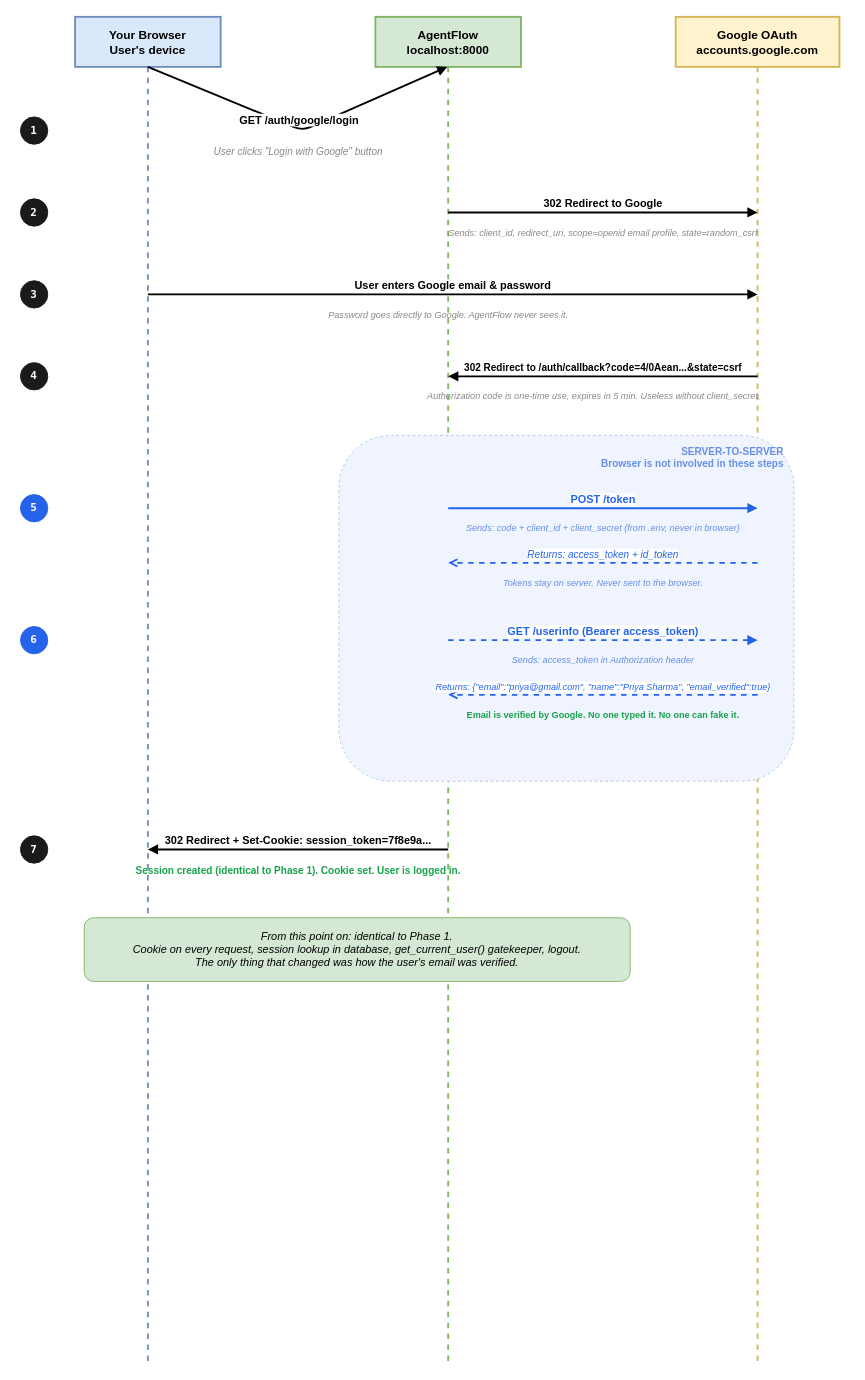
This is diagrams/06-google-oauth-sequence.drawio from fnusatvik07/sso-authbasics, a draw.io file, before an edit. Source tidied: cells renumbered, new cells numbered last; positions are measured from the earlier drawing's top-left corner, leaving out a move shared by most shapes. Both pictures are drawn from the tidied source at 91%, with x=0, y=0 at pixel (20, 16).
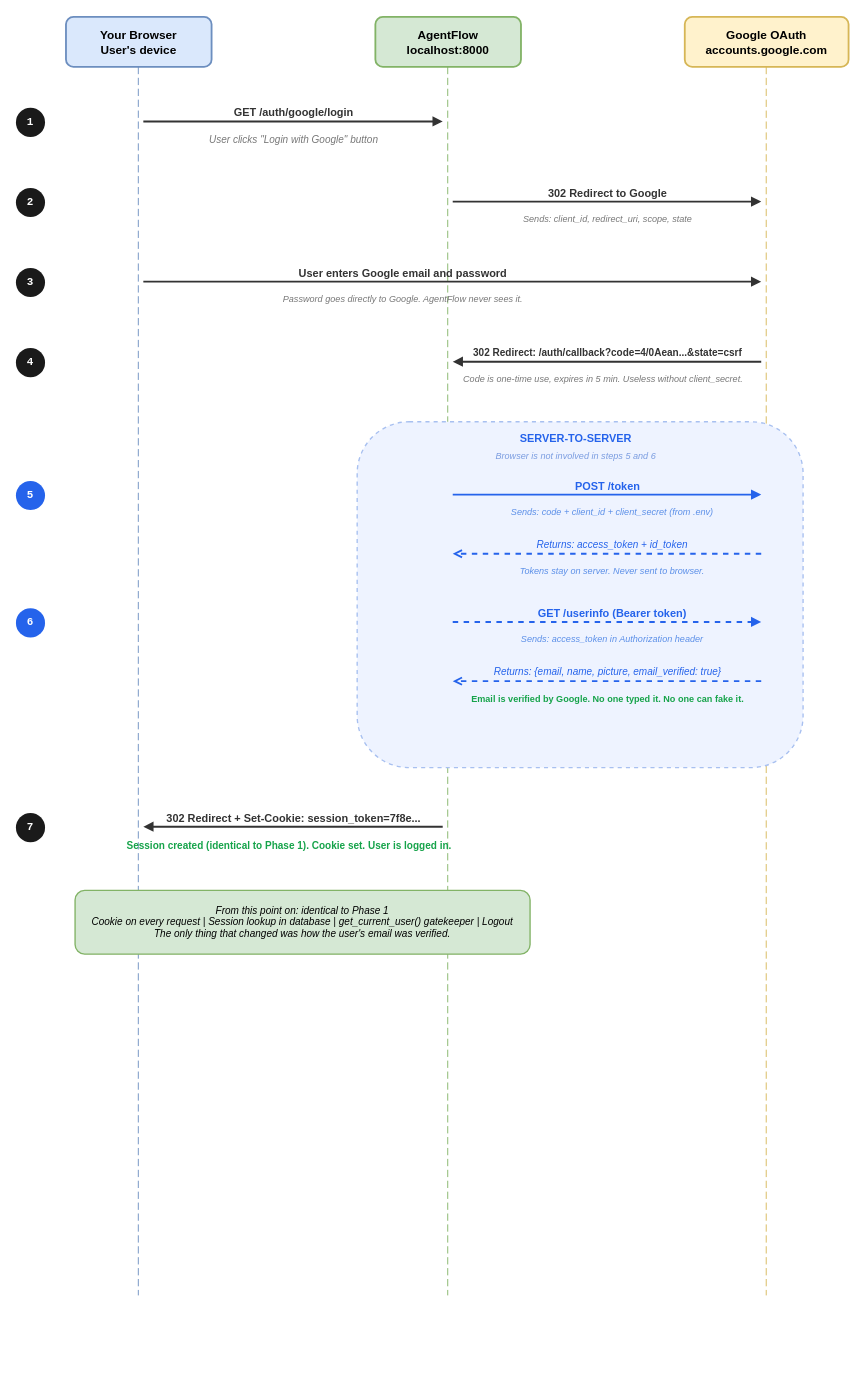
After the change.

Commit message (it also covers changes not shown here):
Rebuild OAuth sequence diagram with manual lifelines, fix numbering

The edit, as a diff of the source:
```diff
@@
-    <mxCell id="2" value="Your Browser&#10;User's device" style="shape=umlLifeline;perimeter=lifelinePerimeter;whiteSpace=wrap;html=1;outlineConnect=0;portConstraint=eastwest;fillColor=#dae8fc;strokeColor=#6c8ebf;fontSize=13;fontStyle=1;size=55;strokeWidth=2;" parent="1" vertex="1">
-      <mxGeometry x="60" width="160" height="1480" as="geometry" />
+    <mxCell id="2" value="Your Browser&#10;User's device" style="rounded=1;whiteSpace=wrap;html=1;fillColor=#dae8fc;strokeColor=#6c8ebf;fontSize=13;fontStyle=1;strokeWidth=2;" parent="1" vertex="1">
+      <mxGeometry x="50" width="160" height="55" as="geometry" />
     </mxCell>
-    <mxCell id="3" value="AgentFlow&#10;localhost:8000" style="shape=umlLifeline;perimeter=lifelinePerimeter;whiteSpace=wrap;html=1;outlineConnect=0;portConstraint=eastwest;fillColor=#d5e8d4;strokeColor=#82b366;fontSize=13;fontStyle=1;size=55;strokeWidth=2;" parent="1" vertex="1">
-      <mxGeometry x="390" width="160" height="1480" as="geometry" />
+    <mxCell id="3" value="AgentFlow&#10;localhost:8000" style="rounded=1;whiteSpace=wrap;html=1;fillColor=#d5e8d4;strokeColor=#82b366;fontSize=13;fontStyle=1;strokeWidth=2;" parent="1" vertex="1">
+      <mxGeometry x="390" width="160" height="55" as="geometry" />
     </mxCell>
-    <mxCell id="4" value="Google OAuth&#10;accounts.google.com" style="shape=umlLifeline;perimeter=lifelinePerimeter;whiteSpace=wrap;html=1;fillColor=#fff2cc;strokeColor=#d6b656;fontSize=13;fontStyle=1;size=55;strokeWidth=2;" parent="1" vertex="1">
-      <mxGeometry x="720" width="180" height="1480" as="geometry" />
+    <mxCell id="4" value="Google OAuth&#10;accounts.google.com" style="rounded=1;whiteSpace=wrap;html=1;fillColor=#fff2cc;strokeColor=#d6b656;fontSize=13;fontStyle=1;strokeWidth=2;" parent="1" vertex="1">
+      <mxGeometry x="730" width="180" height="55" as="geometry" />
     </mxCell>
+    <mxCell id="33" style="line;strokeWidth=1;strokeColor=#6c8ebf;dashed=1;dashPattern=8 4;direction=south;" parent="1" vertex="1">
+      <mxGeometry x="129" y="55" width="1" height="1350" as="geometry" />
+    </mxCell>
+    <mxCell id="34" style="line;strokeWidth=1;strokeColor=#82b366;dashed=1;dashPattern=8 4;direction=south;" parent="1" vertex="1">
+      <mxGeometry x="469" y="55" width="1" height="1350" as="geometry" />
+    </mxCell>
+    <mxCell id="35" style="line;strokeWidth=1;strokeColor=#d6b656;dashed=1;dashPattern=8 4;direction=south;" parent="1" vertex="1">
+      <mxGeometry x="819" y="55" width="1" height="1350" as="geometry" />
+    </mxCell>
-    <mxCell id="5" value="1" style="ellipse;whiteSpace=wrap;html=1;fillColor=#1a1a1a;strokeColor=#1a1a1a;fontColor=#ffffff;fontSize=12;fontStyle=1;fontFamily=monospace;" parent="1" vertex="1">
-      <mxGeometry y="110" width="30" height="30" as="geometry" />
+    <mxCell id="5" value="1" style="ellipse;whiteSpace=wrap;html=1;fillColor=#1a1a1a;strokeColor=none;fontColor=#ffffff;fontSize=12;fontStyle=1;fontFamily=Courier New;" parent="1" vertex="1">
+      <mxGeometry x="-5" y="100" width="32" height="32" as="geometry" />
     </mxCell>
-    <mxCell id="6" value="GET /auth/google/login" style="html=1;verticalAlign=bottom;endArrow=block;endFill=1;fontSize=12;fontStyle=1;strokeWidth=2;exitX=1;exitY=0;exitDx=0;exitDy=0;entryX=0;entryY=0;entryDx=0;entryDy=0;" parent="1" edge="1" source="2" target="3">
+    <mxCell id="6" style="endArrow=block;endFill=1;html=1;strokeWidth=2;strokeColor=#333333;" parent="1" edge="1">
       <mxGeometry relative="1" as="geometry">
-        <Array as="points">
-          <mxPoint x="310" y="125" />
-        </Array>
+        <mxPoint x="135" y="115" as="sourcePoint" />
+        <mxPoint x="464" y="115" as="targetPoint" />
       </mxGeometry>
     </mxCell>
+    <mxCell id="36" value="GET /auth/google/login" style="text;html=1;fontSize=12;fontStyle=1;fillColor=none;strokeColor=none;fontColor=#333333;align=center;" parent="1" vertex="1">
+      <mxGeometry x="165" y="92" width="270" height="20" as="geometry" />
+    </mxCell>
-    <mxCell id="7" value="User clicks &quot;Login with Google&quot; button" style="text;html=1;fontSize=11;fontStyle=2;fillColor=none;strokeColor=none;fontColor=#888888;align=center;" parent="1" vertex="1">
-      <mxGeometry x="140" y="135" width="330" height="20" as="geometry" />
+    <mxCell id="7" value="User clicks &quot;Login with Google&quot; button" style="text;html=1;fontSize=11;fontStyle=2;fillColor=none;strokeColor=none;fontColor=#777777;align=center;" parent="1" vertex="1">
+      <mxGeometry x="165" y="122" width="270" height="18" as="geometry" />
     </mxCell>
-    <mxCell id="8" value="2" style="ellipse;whiteSpace=wrap;html=1;fillColor=#1a1a1a;strokeColor=#1a1a1a;fontColor=#ffffff;fontSize=12;fontStyle=1;fontFamily=monospace;" parent="1" vertex="1">
-      <mxGeometry y="200" width="30" height="30" as="geometry" />
+    <mxCell id="8" value="2" style="ellipse;whiteSpace=wrap;html=1;fillColor=#1a1a1a;strokeColor=none;fontColor=#ffffff;fontSize=12;fontStyle=1;fontFamily=Courier New;" parent="1" vertex="1">
+      <mxGeometry x="-5" y="188" width="32" height="32" as="geometry" />
     </mxCell>
-    <mxCell id="9" value="302 Redirect to Google" style="html=1;verticalAlign=bottom;endArrow=block;endFill=1;fontSize=12;fontStyle=1;strokeWidth=2;" parent="1" edge="1">
+    <mxCell id="9" style="endArrow=block;endFill=1;html=1;strokeWidth=2;strokeColor=#333333;" parent="1" edge="1">
       <mxGeometry relative="1" as="geometry">
-        <mxPoint x="470" y="215" as="sourcePoint" />
-        <mxPoint x="810" y="215" as="targetPoint" />
+        <mxPoint x="475" y="203" as="sourcePoint" />
+        <mxPoint x="814" y="203" as="targetPoint" />
       </mxGeometry>
     </mxCell>
-    <mxCell id="10" value="Sends: client_id, redirect_uri, scope=openid email profile, state=random_csrf" style="text;html=1;fontSize=10;fontStyle=2;fillColor=none;strokeColor=none;fontColor=#888888;align=center;" parent="1" vertex="1">
-      <mxGeometry x="450" y="225" width="380" height="20" as="geometry" />
-    </mxCell>
+    <mxCell id="37" value="302 Redirect to Google" style="text;html=1;fontSize=12;fontStyle=1;fillColor=none;strokeColor=none;fontColor=#333333;align=center;" parent="1" vertex="1">
+      <mxGeometry x="505" y="180" width="280" height="20" as="geometry" />
+    </mxCell>
+    <mxCell id="38" value="Sends: client_id, redirect_uri, scope, state" style="text;html=1;fontSize=10;fontStyle=2;fillColor=none;strokeColor=none;fontColor=#777777;align=center;" parent="1" vertex="1">
+      <mxGeometry x="505" y="210" width="280" height="18" as="geometry" />
+    </mxCell>
-    <mxCell id="11" value="3" style="ellipse;whiteSpace=wrap;html=1;fillColor=#1a1a1a;strokeColor=#1a1a1a;fontColor=#ffffff;fontSize=12;fontStyle=1;fontFamily=monospace;" parent="1" vertex="1">
-      <mxGeometry y="290" width="30" height="30" as="geometry" />
+    <mxCell id="11" value="3" style="ellipse;whiteSpace=wrap;html=1;fillColor=#1a1a1a;strokeColor=none;fontColor=#ffffff;fontSize=12;fontStyle=1;fontFamily=Courier New;" parent="1" vertex="1">
+      <mxGeometry x="-5" y="276" width="32" height="32" as="geometry" />
     </mxCell>
-    <mxCell id="12" value="User enters Google email &amp; password" style="html=1;verticalAlign=bottom;endArrow=block;endFill=1;fontSize=12;fontStyle=1;strokeWidth=2;" parent="1" edge="1">
+    <mxCell id="12" style="endArrow=block;endFill=1;html=1;strokeWidth=2;strokeColor=#333333;" parent="1" edge="1">
       <mxGeometry relative="1" as="geometry">
-        <mxPoint x="140" y="305" as="sourcePoint" />
-        <mxPoint x="810" y="305" as="targetPoint" />
+        <mxPoint x="135" y="291" as="sourcePoint" />
+        <mxPoint x="814" y="291" as="targetPoint" />
       </mxGeometry>
     </mxCell>
+    <mxCell id="39" value="User enters Google email and password" style="text;html=1;fontSize=12;fontStyle=1;fillColor=none;strokeColor=none;fontColor=#333333;align=center;" parent="1" vertex="1">
+      <mxGeometry x="220" y="268" width="400" height="20" as="geometry" />
+    </mxCell>
-    <mxCell id="13" value="Password goes directly to Google. AgentFlow never sees it." style="text;html=1;fontSize=10;fontStyle=2;fillColor=none;strokeColor=none;fontColor=#888888;align=center;" parent="1" vertex="1">
-      <mxGeometry x="170" y="315" width="600" height="20" as="geometry" />
+    <mxCell id="13" value="Password goes directly to Google. AgentFlow never sees it." style="text;html=1;fontSize=10;fontStyle=2;fillColor=none;strokeColor=none;fontColor=#777777;align=center;" parent="1" vertex="1">
+      <mxGeometry x="220" y="298" width="400" height="18" as="geometry" />
     </mxCell>
-    <mxCell id="14" value="4" style="ellipse;whiteSpace=wrap;html=1;fillColor=#1a1a1a;strokeColor=#1a1a1a;fontColor=#ffffff;fontSize=12;fontStyle=1;fontFamily=monospace;" parent="1" vertex="1">
-      <mxGeometry y="380" width="30" height="30" as="geometry" />
+    <mxCell id="14" value="4" style="ellipse;whiteSpace=wrap;html=1;fillColor=#1a1a1a;strokeColor=none;fontColor=#ffffff;fontSize=12;fontStyle=1;fontFamily=Courier New;" parent="1" vertex="1">
+      <mxGeometry x="-5" y="364" width="32" height="32" as="geometry" />
     </mxCell>
-    <mxCell id="15" value="302 Redirect to /auth/callback?code=4/0Aean...&amp;state=csrf" style="html=1;verticalAlign=bottom;endArrow=block;endFill=1;fontSize=11;fontStyle=1;strokeWidth=2;" parent="1" edge="1">
+    <mxCell id="15" style="endArrow=block;endFill=1;html=1;strokeWidth=2;strokeColor=#333333;" parent="1" edge="1">
       <mxGeometry relative="1" as="geometry">
-        <mxPoint x="810" y="395" as="sourcePoint" />
-        <mxPoint x="470" y="395" as="targetPoint" />
+        <mxPoint x="814" y="379" as="sourcePoint" />
+        <mxPoint x="475" y="379" as="targetPoint" />
       </mxGeometry>
     </mxCell>
-    <mxCell id="16" value="Authorization code is one-time use, expires in 5 min. Useless without client_secret." style="text;html=1;fontSize=10;fontStyle=2;fillColor=none;strokeColor=none;fontColor=#888888;align=center;" parent="1" vertex="1">
-      <mxGeometry x="410" y="405" width="440" height="20" as="geometry" />
-    </mxCell>
-    <mxCell id="17" style="rounded=1;whiteSpace=wrap;html=1;fillColor=#f0f4ff;strokeColor=#b0c4f4;strokeWidth=1;dashed=1;" parent="1" vertex="1">
-      <mxGeometry x="350" y="460" width="500" height="380" as="geometry" />
-    </mxCell>
-    <mxCell id="18" value="SERVER-TO-SERVER&#10;Browser is not involved in these steps" style="text;html=1;fontSize=11;fontStyle=1;fillColor=none;strokeColor=none;fontColor=#6690e6;align=right;" parent="1" vertex="1">
-      <mxGeometry x="550" y="465" width="290" height="35" as="geometry" />
-    </mxCell>
+    <mxCell id="40" value="302 Redirect: /auth/callback?code=4/0Aean...&amp;state=csrf" style="text;html=1;fontSize=11;fontStyle=1;fillColor=none;strokeColor=none;fontColor=#333333;align=center;" parent="1" vertex="1">
+      <mxGeometry x="490" y="356" width="310" height="20" as="geometry" />
+    </mxCell>
+    <mxCell id="41" value="Code is one-time use, expires in 5 min. Useless without client_secret." style="text;html=1;fontSize=10;fontStyle=2;fillColor=none;strokeColor=none;fontColor=#777777;align=center;" parent="1" vertex="1">
+      <mxGeometry x="470" y="386" width="340" height="18" as="geometry" />
+    </mxCell>
+    <mxCell id="42" style="rounded=1;whiteSpace=wrap;html=1;fillColor=#eef3ff;strokeColor=#a8c0f0;strokeWidth=1.5;dashed=1;" parent="1" vertex="1">
+      <mxGeometry x="370" y="445" width="490" height="380" as="geometry" />
+    </mxCell>
+    <mxCell id="43" value="SERVER-TO-SERVER" style="text;html=1;fontSize=12;fontStyle=1;fillColor=none;strokeColor=none;fontColor=#2563eb;align=center;" parent="1" vertex="1">
+      <mxGeometry x="510" y="450" width="200" height="22" as="geometry" />
+    </mxCell>
+    <mxCell id="44" value="Browser is not involved in steps 5 and 6" style="text;html=1;fontSize=10;fontStyle=2;fillColor=none;strokeColor=none;fontColor=#7a9ce0;align=center;" parent="1" vertex="1">
+      <mxGeometry x="480" y="470" width="260" height="18" as="geometry" />
+    </mxCell>
-    <mxCell id="19" value="5" style="ellipse;whiteSpace=wrap;html=1;fillColor=#2563eb;strokeColor=#2563eb;fontColor=#ffffff;fontSize=12;fontStyle=1;fontFamily=monospace;" parent="1" vertex="1">
-      <mxGeometry y="525" width="30" height="30" as="geometry" />
+    <mxCell id="19" value="5" style="ellipse;whiteSpace=wrap;html=1;fillColor=#2563eb;strokeColor=none;fontColor=#ffffff;fontSize=12;fontStyle=1;fontFamily=Courier New;" parent="1" vertex="1">
+      <mxGeometry x="-5" y="510" width="32" height="32" as="geometry" />
     </mxCell>
-    <mxCell id="20" value="POST /token" style="html=1;verticalAlign=bottom;endArrow=block;endFill=1;fontSize=12;fontStyle=1;strokeWidth=2;strokeColor=#2563eb;fontColor=#2563eb;" parent="1" edge="1">
+    <mxCell id="20" style="endArrow=block;endFill=1;html=1;strokeWidth=2;strokeColor=#2563eb;" parent="1" edge="1">
       <mxGeometry relative="1" as="geometry">
-        <mxPoint x="470" y="540" as="sourcePoint" />
-        <mxPoint x="810" y="540" as="targetPoint" />
+        <mxPoint x="475" y="525" as="sourcePoint" />
+        <mxPoint x="814" y="525" as="targetPoint" />
       </mxGeometry>
     </mxCell>
-    <mxCell id="21" value="Sends: code + client_id + client_secret (from .env, never in browser)" style="text;html=1;fontSize=10;fontStyle=2;fillColor=none;strokeColor=none;fontColor=#6690e6;align=center;" parent="1" vertex="1">
-      <mxGeometry x="450" y="550" width="380" height="20" as="geometry" />
-    </mxCell>
+    <mxCell id="45" value="POST /token" style="text;html=1;fontSize=12;fontStyle=1;fillColor=none;strokeColor=none;fontColor=#2563eb;align=center;" parent="1" vertex="1">
+      <mxGeometry x="530" y="502" width="230" height="20" as="geometry" />
+    </mxCell>
+    <mxCell id="46" value="Sends: code + client_id + client_secret (from .env)" style="text;html=1;fontSize=10;fontStyle=2;fillColor=none;strokeColor=none;fontColor=#5b8fe8;align=center;" parent="1" vertex="1">
+      <mxGeometry x="500" y="532" width="300" height="18" as="geometry" />
+    </mxCell>
-    <mxCell id="22" value="Returns: access_token + id_token" style="html=1;verticalAlign=bottom;endArrow=open;dashed=1;fontSize=11;fontStyle=2;strokeWidth=2;strokeColor=#2563eb;fontColor=#2563eb;" parent="1" edge="1">
+    <mxCell id="22" style="endArrow=open;endFill=0;html=1;strokeWidth=2;strokeColor=#2563eb;dashed=1;" parent="1" edge="1">
       <mxGeometry relative="1" as="geometry">
-        <mxPoint x="810" y="600" as="sourcePoint" />
-        <mxPoint x="470" y="600" as="targetPoint" />
+        <mxPoint x="814" y="590" as="sourcePoint" />
+        <mxPoint x="475" y="590" as="targetPoint" />
       </mxGeometry>
     </mxCell>
-    <mxCell id="23" value="Tokens stay on server. Never sent to the browser." style="text;html=1;fontSize=10;fontStyle=2;fillColor=none;strokeColor=none;fontColor=#6690e6;align=center;" parent="1" vertex="1">
-      <mxGeometry x="450" y="610" width="380" height="20" as="geometry" />
-    </mxCell>
+    <mxCell id="47" value="Returns: access_token + id_token" style="text;html=1;fontSize=11;fontStyle=2;fillColor=none;strokeColor=none;fontColor=#2563eb;align=center;" parent="1" vertex="1">
+      <mxGeometry x="510" y="567" width="280" height="20" as="geometry" />
+    </mxCell>
+    <mxCell id="48" value="Tokens stay on server. Never sent to browser." style="text;html=1;fontSize=10;fontStyle=2;fillColor=none;strokeColor=none;fontColor=#5b8fe8;align=center;" parent="1" vertex="1">
+      <mxGeometry x="510" y="597" width="280" height="18" as="geometry" />
+    </mxCell>
-    <mxCell id="24" value="6" style="ellipse;whiteSpace=wrap;html=1;fillColor=#2563eb;strokeColor=#2563eb;fontColor=#ffffff;fontSize=12;fontStyle=1;fontFamily=monospace;" parent="1" vertex="1">
-      <mxGeometry y="670" width="30" height="30" as="geometry" />
+    <mxCell id="24" value="6" style="ellipse;whiteSpace=wrap;html=1;fillColor=#2563eb;strokeColor=none;fontColor=#ffffff;fontSize=12;fontStyle=1;fontFamily=Courier New;" parent="1" vertex="1">
+      <mxGeometry x="-5" y="650" width="32" height="32" as="geometry" />
     </mxCell>
-    <mxCell id="25" value="GET /userinfo (Bearer access_token)" style="html=1;verticalAlign=bottom;endArrow=block;endFill=1;dashed=1;fontSize=12;fontStyle=1;strokeWidth=2;strokeColor=#2563eb;fontColor=#2563eb;" parent="1" edge="1">
+    <mxCell id="25" style="endArrow=block;endFill=1;html=1;strokeWidth=2;strokeColor=#2563eb;dashed=1;" parent="1" edge="1">
       <mxGeometry relative="1" as="geometry">
-        <mxPoint x="470" y="685" as="sourcePoint" />
-        <mxPoint x="810" y="685" as="targetPoint" />
+        <mxPoint x="475" y="665" as="sourcePoint" />
+        <mxPoint x="814" y="665" as="targetPoint" />
       </mxGeometry>
     </mxCell>
+    <mxCell id="49" value="GET /userinfo (Bearer token)" style="text;html=1;fontSize=12;fontStyle=1;fillColor=none;strokeColor=none;fontColor=#2563eb;align=center;" parent="1" vertex="1">
+      <mxGeometry x="520" y="642" width="260" height="20" as="geometry" />
+    </mxCell>
-    <mxCell id="26" value="Sends: access_token in Authorization header" style="text;html=1;fontSize=10;fontStyle=2;fillColor=none;strokeColor=none;fontColor=#6690e6;align=center;" parent="1" vertex="1">
-      <mxGeometry x="450" y="695" width="380" height="20" as="geometry" />
+    <mxCell id="26" value="Sends: access_token in Authorization header" style="text;html=1;fontSize=10;fontStyle=2;fillColor=none;strokeColor=none;fontColor=#5b8fe8;align=center;" parent="1" vertex="1">
+      <mxGeometry x="500" y="672" width="300" height="18" as="geometry" />
     </mxCell>
-    <mxCell id="27" value="Returns: {&quot;email&quot;:&quot;priya@gmail.com&quot;, &quot;name&quot;:&quot;Priya Sharma&quot;, &quot;email_verified&quot;:true}" style="html=1;verticalAlign=bottom;endArrow=open;dashed=1;fontSize=10;fontStyle=2;strokeWidth=2;strokeColor=#2563eb;fontColor=#2563eb;" parent="1" edge="1">
+    <mxCell id="27" style="endArrow=open;endFill=0;html=1;strokeWidth=2;strokeColor=#2563eb;dashed=1;" parent="1" edge="1">
       <mxGeometry relative="1" as="geometry">
-        <mxPoint x="810" y="745" as="sourcePoint" />
-        <mxPoint x="470" y="745" as="targetPoint" />
+        <mxPoint x="814" y="730" as="sourcePoint" />
+        <mxPoint x="475" y="730" as="targetPoint" />
       </mxGeometry>
     </mxCell>
+    <mxCell id="50" value="Returns: {email, name, picture, email_verified: true}" style="text;html=1;fontSize=11;fontStyle=2;fillColor=none;strokeColor=none;fontColor=#2563eb;align=center;" parent="1" vertex="1">
+      <mxGeometry x="490" y="707" width="310" height="20" as="geometry" />
+    </mxCell>
     <mxCell id="28" value="Email is verified by Google. No one typed it. No one can fake it." style="text;html=1;fontSize=10;fontStyle=1;fillColor=none;strokeColor=none;fontColor=#16a34a;align=center;" parent="1" vertex="1">
-      <mxGeometry x="450" y="755" width="380" height="20" as="geometry" />
+      <mxGeometry x="490" y="737" width="310" height="18" as="geometry" />
     </mxCell>
-    <mxCell id="29" value="7" style="ellipse;whiteSpace=wrap;html=1;fillColor=#1a1a1a;strokeColor=#1a1a1a;fontColor=#ffffff;fontSize=12;fontStyle=1;fontFamily=monospace;" parent="1" vertex="1">
-      <mxGeometry y="900" width="30" height="30" as="geometry" />
+    <mxCell id="29" value="7" style="ellipse;whiteSpace=wrap;html=1;fillColor=#1a1a1a;strokeColor=none;fontColor=#ffffff;fontSize=12;fontStyle=1;fontFamily=Courier New;" parent="1" vertex="1">
+      <mxGeometry x="-5" y="875" width="32" height="32" as="geometry" />
     </mxCell>
-    <mxCell id="30" value="302 Redirect + Set-Cookie: session_token=7f8e9a..." style="html=1;verticalAlign=bottom;endArrow=block;endFill=1;fontSize=12;fontStyle=1;strokeWidth=2;" parent="1" edge="1">
+    <mxCell id="30" style="endArrow=block;endFill=1;html=1;strokeWidth=2;strokeColor=#333333;" parent="1" edge="1">
       <mxGeometry relative="1" as="geometry">
-        <mxPoint x="470" y="915" as="sourcePoint" />
-        <mxPoint x="140" y="915" as="targetPoint" />
+        <mxPoint x="464" y="890" as="sourcePoint" />
+        <mxPoint x="135" y="890" as="targetPoint" />
       </mxGeometry>
     </mxCell>
+    <mxCell id="51" value="302 Redirect + Set-Cookie: session_token=7f8e..." style="text;html=1;fontSize=12;fontStyle=1;fillColor=none;strokeColor=none;fontColor=#333333;align=center;" parent="1" vertex="1">
+      <mxGeometry x="140" y="867" width="320" height="20" as="geometry" />
+    </mxCell>
     <mxCell id="31" value="Session created (identical to Phase 1). Cookie set. User is logged in." style="text;html=1;fontSize=11;fontStyle=1;fillColor=none;strokeColor=none;fontColor=#16a34a;align=center;" parent="1" vertex="1">
-      <mxGeometry x="90" y="925" width="430" height="20" as="geometry" />
+      <mxGeometry x="110" y="898" width="370" height="18" as="geometry" />
     </mxCell>
-    <mxCell id="32" value="From this point on: identical to Phase 1.&#10;Cookie on every request, session lookup in database, get_current_user() gatekeeper, logout.&#10;The only thing that changed was how the user's email was verified." style="rounded=1;whiteSpace=wrap;html=1;fillColor=#d5e8d4;strokeColor=#82b366;fontSize=12;fontStyle=2;align=center;strokeWidth=1;" parent="1" vertex="1">
-      <mxGeometry x="70" y="990" width="600" height="70" as="geometry" />
-    </mxCell>
+    <mxCell id="52" value="From this point on: identical to Phase 1&#10;Cookie on every request | Session lookup in database | get_current_user() gatekeeper | Logout&#10;The only thing that changed was how the user's email was verified." style="rounded=1;whiteSpace=wrap;html=1;fillColor=#d5e8d4;strokeColor=#82b366;fontSize=11;fontStyle=2;align=center;strokeWidth=1.5;" parent="1" vertex="1">
+      <mxGeometry x="60" y="960" width="500" height="70" as="geometry" />
+    </mxCell>
```
